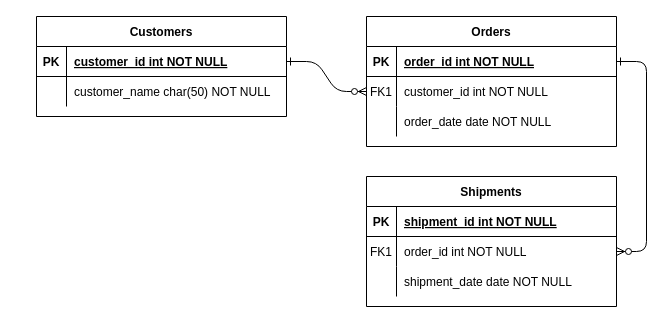
Above: DB/DB_ERD.drawio in gyu-hwan/AI3_JSP_A_TeamProject (draw.io), before the change. Source tidied: cells renumbered, new cells numbered last; positions are measured from the earlier drawing's top-left corner, leaving out a move shared by most shapes. Both pictures are drawn from the tidied source at 100%, with x=0, y=0 at pixel (36, 16).
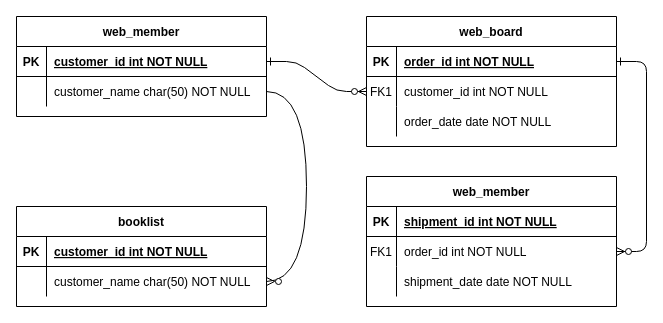
Above is the later version.

Unchanged cells that the change refers to:
```xml
<mxCell id="28" style="shape=partialRectangle;fillColor=none;points=[[0,0.5],[1,0.5]];portConstraint=eastwest;top=0;left=0;right=0;bottom=0;" parent="24" vertex="1">
  <mxGeometry y="60" width="250" height="30" as="geometry" />
</mxCell>
```

What changed in the source:
```diff
@@
-    <mxCell id="4" value="Orders" style="shape=table;startSize=30;childLayout=tableLayout;rowLines=0;fontStyle=1;align=center;" parent="1" vertex="1">
+    <mxCell id="4" value="web_board" style="shape=table;startSize=30;childLayout=tableLayout;rowLines=0;fontStyle=1;align=center;" parent="1" vertex="1">
       <mxGeometry x="330" width="250" height="130" as="geometry" />
     </mxCell>
@@
-    <mxCell id="14" value="Shipments" style="shape=table;startSize=30;childLayout=tableLayout;rowLines=0;fontStyle=1;align=center;" parent="1" vertex="1">
+    <mxCell id="14" value="web_member" style="shape=table;startSize=30;childLayout=tableLayout;rowLines=0;fontStyle=1;align=center;" parent="1" vertex="1">
       <mxGeometry x="330" y="160" width="250" height="130" as="geometry" />
     </mxCell>
@@
-    <mxCell id="24" value="Customers" style="shape=table;startSize=30;childLayout=tableLayout;rowLines=0;fontStyle=1;align=center;" parent="1" vertex="1">
-      <mxGeometry width="250" height="100" as="geometry" />
+    <mxCell id="24" value="web_member" style="shape=table;startSize=30;childLayout=tableLayout;rowLines=0;fontStyle=1;align=center;" parent="1" vertex="1">
+      <mxGeometry x="-20" width="250" height="100" as="geometry" />
     </mxCell>
@@
+    <mxCell id="31" value="booklist" style="shape=table;startSize=30;childLayout=tableLayout;rowLines=0;fontStyle=1;align=center;" parent="1" vertex="1">
+      <mxGeometry x="-20" y="190" width="250" height="100" as="geometry" />
+    </mxCell>
+    <mxCell id="32" style="shape=partialRectangle;fillColor=none;top=0;left=0;right=0;bottom=1;" parent="31" vertex="1">
+      <mxGeometry y="30" width="250" height="30" as="geometry" />
+    </mxCell>
+    <mxCell id="33" value="PK" style="shape=partialRectangle;overflow=hidden;fillColor=none;top=0;left=0;bottom=0;right=0;fontStyle=1;" parent="32" vertex="1">
+      <mxGeometry width="30" height="30" as="geometry" />
+    </mxCell>
+    <mxCell id="34" value="customer_id int NOT NULL " style="shape=partialRectangle;overflow=hidden;fillColor=none;top=0;left=0;bottom=0;right=0;align=left;spacingLeft=6;fontStyle=5;" parent="32" vertex="1">
+      <mxGeometry x="30" width="220" height="30" as="geometry" />
+    </mxCell>
+    <mxCell id="35" style="shape=partialRectangle;fillColor=none;points=[[0,0.5],[1,0.5]];portConstraint=eastwest;top=0;left=0;right=0;bottom=0;" parent="31" vertex="1">
+      <mxGeometry y="60" width="250" height="30" as="geometry" />
+    </mxCell>
+    <mxCell id="36" style="shape=partialRectangle;overflow=hidden;fillColor=none;top=0;left=0;bottom=0;right=0;" parent="35" vertex="1">
+      <mxGeometry width="30" height="30" as="geometry" />
+    </mxCell>
+    <mxCell id="37" value="customer_name char(50) NOT NULL" style="shape=partialRectangle;overflow=hidden;fillColor=none;top=0;left=0;bottom=0;right=0;align=left;spacingLeft=6;" parent="35" vertex="1">
+      <mxGeometry x="30" width="220" height="30" as="geometry" />
+    </mxCell>
+    <mxCell id="38" style="fontSize=12;html=1;endArrow=ERzeroToMany;endFill=1;rounded=0;entryX=1;entryY=0.5;entryDx=0;entryDy=0;exitX=1;exitY=0.5;exitDx=0;exitDy=0;edgeStyle=orthogonalEdgeStyle;curved=1;" parent="1" edge="1" source="28" target="35">
+      <mxGeometry relative="1" as="geometry">
+        <Array as="points">
+          <mxPoint x="270" y="75" />
+          <mxPoint x="270" y="265" />
+        </Array>
+      </mxGeometry>
+    </mxCell>
```
